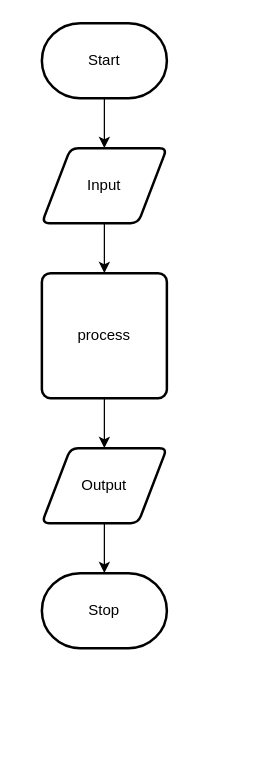
This is design/flow-chart.drawio from Liya-Getachew/ICS2O-Unit5-03-JS, a draw.io file, before an edit. Source tidied: cells renumbered, new cells numbered last; positions are measured from the earlier drawing's top-left corner, leaving out a move shared by most shapes. Both pictures are drawn from the tidied source at 125%, with x=0, y=0 at pixel (41, 22).
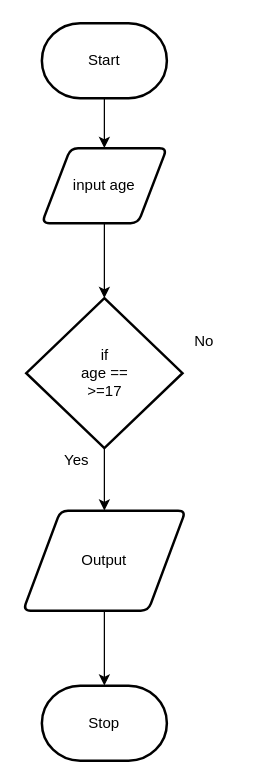
The same diagram, later.

Commit message (it also covers changes not shown here):
chart and board

The edit, as a diff of the source:
```diff
@@
 <mxGraphModel>
   <root>
     <mxCell id="0" />
     <mxCell id="1" parent="0" />
     <mxCell id="2" style="edgeStyle=none;html=1;" parent="1" edge="1" source="3" target="5">
       <mxGeometry relative="1" as="geometry" />
     </mxCell>
     <mxCell id="3" value="Start" style="strokeWidth=2;html=1;shape=mxgraph.flowchart.terminator;whiteSpace=wrap;" parent="1" vertex="1">
       <mxGeometry width="100" height="60" as="geometry" />
     </mxCell>
-    <mxCell id="4" style="edgeStyle=none;html=1;" parent="1" edge="1" source="5" target="7">
+    <mxCell id="4" style="edgeStyle=none;html=1;entryX=0.5;entryY=0;entryDx=0;entryDy=0;entryPerimeter=0;" parent="1" edge="1" source="5" target="12">
       <mxGeometry relative="1" as="geometry" />
     </mxCell>
-    <mxCell id="5" value="Input" style="shape=parallelogram;html=1;strokeWidth=2;perimeter=parallelogramPerimeter;whiteSpace=wrap;rounded=1;arcSize=12;size=0.23;" parent="1" vertex="1">
+    <mxCell id="5" value="input age" style="shape=parallelogram;html=1;strokeWidth=2;perimeter=parallelogramPerimeter;whiteSpace=wrap;rounded=1;arcSize=12;size=0.23;" parent="1" vertex="1">
       <mxGeometry y="100" width="100" height="60" as="geometry" />
     </mxCell>
-    <mxCell id="6" style="edgeStyle=none;html=1;" parent="1" edge="1" source="7" target="9">
-      <mxGeometry relative="1" as="geometry" />
-    </mxCell>
-    <mxCell id="7" value="process" style="rounded=1;whiteSpace=wrap;html=1;absoluteArcSize=1;arcSize=14;strokeWidth=2;" parent="1" vertex="1">
-      <mxGeometry y="200" width="100" height="100" as="geometry" />
-    </mxCell>
     <mxCell id="8" style="edgeStyle=none;html=1;" parent="1" edge="1" source="9" target="10">
       <mxGeometry relative="1" as="geometry" />
     </mxCell>
     <mxCell id="9" value="Output" style="shape=parallelogram;html=1;strokeWidth=2;perimeter=parallelogramPerimeter;whiteSpace=wrap;rounded=1;arcSize=12;size=0.23;" parent="1" vertex="1">
-      <mxGeometry y="340" width="100" height="60" as="geometry" />
+      <mxGeometry x="-15" y="390" width="130" height="80" as="geometry" />
     </mxCell>
     <mxCell id="10" value="Stop" style="strokeWidth=2;html=1;shape=mxgraph.flowchart.terminator;whiteSpace=wrap;" parent="1" vertex="1">
-      <mxGeometry y="440" width="100" height="60" as="geometry" />
+      <mxGeometry y="530" width="100" height="60" as="geometry" />
     </mxCell>
+    <mxCell id="11" style="edgeStyle=none;html=1;entryX=0.5;entryY=0;entryDx=0;entryDy=0;" parent="1" edge="1" source="12" target="9">
+      <mxGeometry relative="1" as="geometry" />
+    </mxCell>
+    <mxCell id="12" value="if&lt;br&gt;age ==&lt;br&gt;&amp;gt;=17" style="strokeWidth=2;html=1;shape=mxgraph.flowchart.decision;whiteSpace=wrap;" parent="1" vertex="1">
+      <mxGeometry x="-12.5" y="220" width="125" height="120" as="geometry" />
+    </mxCell>
+    <mxCell id="13" value="Yes" style="text;html=1;strokeColor=none;fillColor=none;align=center;verticalAlign=middle;whiteSpace=wrap;rounded=0;" parent="1" vertex="1">
+      <mxGeometry x="-2" y="335" width="60" height="30" as="geometry" />
+    </mxCell>
+    <mxCell id="14" value="No" style="text;html=1;strokeColor=none;fillColor=none;align=center;verticalAlign=middle;whiteSpace=wrap;rounded=0;" parent="1" vertex="1">
+      <mxGeometry x="100" y="240" width="60" height="30" as="geometry" />
+    </mxCell>
   </root>
 </mxGraphModel>
```
